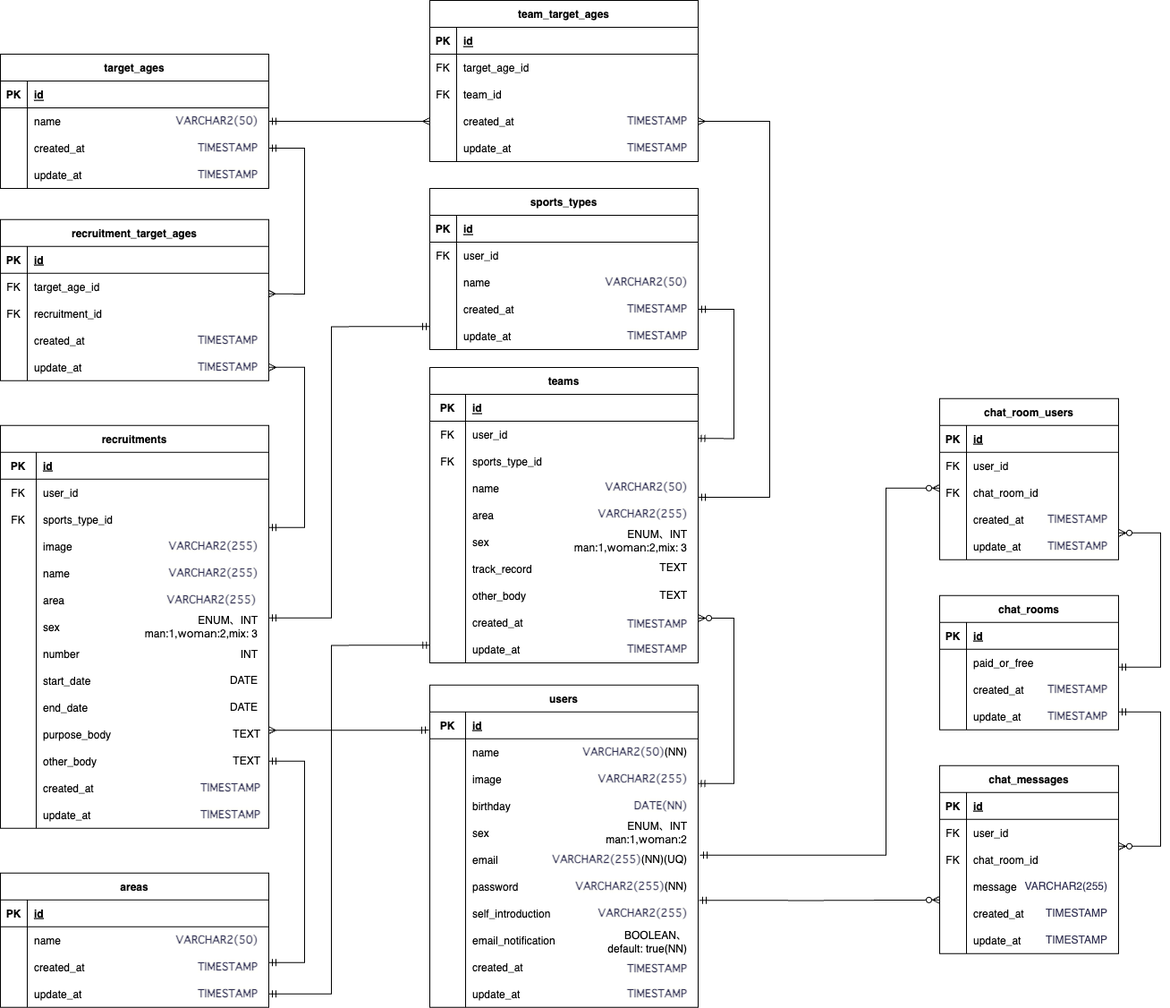
This is drawing/er図.png from toshinori-m/stay_connect_provisional, a draw.io export, as it was before one commit. Source tidied: cells renumbered, new cells last; positions are measured from the earlier drawing's top-left corner, leaving out a move shared by most shapes.
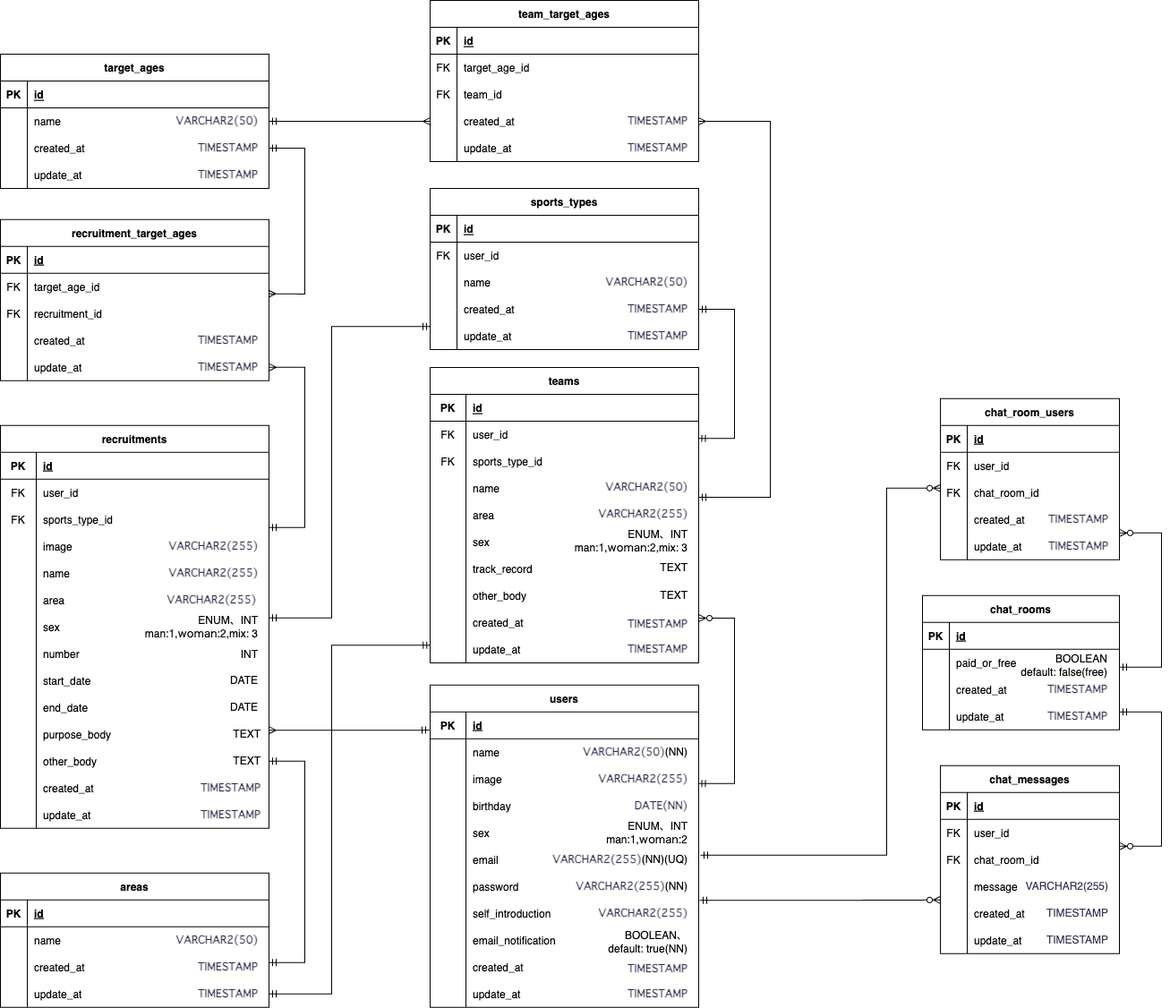
Above is the later version.

Commit message:
er図料金設定修正

Diff of the diagram source:
```diff
@@ -570,53 +570,56 @@
       </mxGeometry>
     </mxCell>
     <mxCell id="180" style="group;" parent="1" vertex="1">
-      <mxGeometry x="1050" y="664.8" width="200" height="150" as="geometry" />
+      <mxGeometry x="1030" y="664.8" width="220" height="150" as="geometry" />
     </mxCell>
     <mxCell id="181" value="chat_rooms" style="shape=table;startSize=30;rowLines=0;fontStyle=1;align=center;" parent="180" vertex="1">
-      <mxGeometry width="200" height="150" as="geometry" />
+      <mxGeometry width="220" height="150" as="geometry" />
     </mxCell>
     <mxCell id="182" style="shape=tableRow;horizontal=0;startSize=0;swimlaneHead=0;swimlaneBody=0;fillColor=none;top=0;left=0;right=0;bottom=1;" parent="181" vertex="1">
-      <mxGeometry y="30" width="200" height="30" as="geometry" />
+      <mxGeometry y="30" width="220" height="30" as="geometry" />
     </mxCell>
     <mxCell id="183" value="PK" style="shape=partialRectangle;fillColor=none;top=0;left=0;bottom=0;right=0;fontStyle=1;overflow=hidden;" parent="182" vertex="1">
       <mxGeometry width="30" height="30" as="geometry" />
     </mxCell>
     <mxCell id="184" value="id" style="shape=partialRectangle;fillColor=none;top=0;left=0;bottom=0;right=0;align=left;spacingLeft=6;fontStyle=5;overflow=hidden;" parent="182" vertex="1">
-      <mxGeometry x="30" width="170" height="30" as="geometry" />
+      <mxGeometry x="30" width="190" height="30" as="geometry" />
     </mxCell>
     <mxCell id="185" style="shape=tableRow;horizontal=0;startSize=0;swimlaneHead=0;swimlaneBody=0;fillColor=none;top=0;left=0;right=0;bottom=0;" parent="181" vertex="1">
-      <mxGeometry y="60" width="200" height="30" as="geometry" />
+      <mxGeometry y="60" width="220" height="30" as="geometry" />
     </mxCell>
     <mxCell id="186" style="shape=partialRectangle;fillColor=none;top=0;left=0;bottom=0;right=0;overflow=hidden;" parent="185" vertex="1">
       <mxGeometry width="30" height="30" as="geometry" />
     </mxCell>
     <mxCell id="187" value="paid_or_free" style="shape=partialRectangle;fillColor=none;top=0;left=0;bottom=0;right=0;align=left;spacingLeft=6;overflow=hidden;" parent="185" vertex="1">
-      <mxGeometry x="30" width="170" height="30" as="geometry" />
+      <mxGeometry x="30" width="190" height="30" as="geometry" />
     </mxCell>
     <mxCell id="188" style="shape=tableRow;horizontal=0;startSize=0;swimlaneHead=0;swimlaneBody=0;fillColor=none;top=0;left=0;right=0;bottom=0;" parent="181" vertex="1">
-      <mxGeometry y="90" width="200" height="30" as="geometry" />
+      <mxGeometry y="90" width="220" height="30" as="geometry" />
     </mxCell>
     <mxCell id="189" style="shape=partialRectangle;fillColor=none;top=0;left=0;bottom=0;right=0;overflow=hidden;" parent="188" vertex="1">
       <mxGeometry width="30" height="30" as="geometry" />
     </mxCell>
     <mxCell id="190" value="created_at" style="shape=partialRectangle;fillColor=none;top=0;left=0;bottom=0;right=0;align=left;spacingLeft=6;overflow=hidden;" parent="188" vertex="1">
-      <mxGeometry x="30" width="170" height="30" as="geometry" />
+      <mxGeometry x="30" width="190" height="30" as="geometry" />
     </mxCell>
     <mxCell id="191" style="shape=tableRow;horizontal=0;startSize=0;swimlaneHead=0;swimlaneBody=0;fillColor=none;top=0;left=0;right=0;bottom=0;" parent="181" vertex="1">
-      <mxGeometry y="120" width="200" height="30" as="geometry" />
+      <mxGeometry y="120" width="220" height="30" as="geometry" />
     </mxCell>
     <mxCell id="192" style="shape=partialRectangle;fillColor=none;top=0;left=0;bottom=0;right=0;overflow=hidden;" parent="191" vertex="1">
       <mxGeometry width="30" height="30" as="geometry" />
     </mxCell>
     <mxCell id="193" value="update_at" style="shape=partialRectangle;fillColor=none;top=0;left=0;bottom=0;right=0;align=left;spacingLeft=6;overflow=hidden;" parent="191" vertex="1">
-      <mxGeometry x="30" width="170" height="30" as="geometry" />
+      <mxGeometry x="30" width="190" height="30" as="geometry" />
     </mxCell>
     <mxCell id="194" value="&lt;span style=&quot;color: rgb(51, 51, 85); font-family: メイリオ, Meiryo, Osaka, &amp;quot;ＭＳ Ｐゴシック&amp;quot;, &amp;quot;MS PGothic&amp;quot;, &amp;quot;ヒラギノ角ゴシック Pro&amp;quot;, &amp;quot;Hiragino Kaku Gothic Pro&amp;quot;, sans-serif; font-style: normal; font-variant-ligatures: normal; font-variant-caps: normal; font-weight: 700; letter-spacing: normal; orphans: 2; text-indent: 0px; text-transform: none; widows: 2; word-spacing: 0px; -webkit-text-stroke-width: 0px; background-color: rgb(255, 255, 252); text-decoration-thickness: initial; text-decoration-style: initial; text-decoration-color: initial; float: none; display: inline !important;&quot;&gt;&lt;font style=&quot;font-size: 12px;&quot;&gt;TIMESTAMP&lt;/font&gt;&lt;/span&gt;" style="rounded=0;whiteSpace=wrap;html=1;fillColor=none;strokeColor=none;align=right;" parent="180" vertex="1">
-      <mxGeometry x="70" y="90" width="120" height="30" as="geometry" />
+      <mxGeometry x="77" y="90" width="132" height="30" as="geometry" />
     </mxCell>
     <mxCell id="195" value="&lt;span style=&quot;color: rgb(51, 51, 85); font-family: メイリオ, Meiryo, Osaka, &amp;quot;ＭＳ Ｐゴシック&amp;quot;, &amp;quot;MS PGothic&amp;quot;, &amp;quot;ヒラギノ角ゴシック Pro&amp;quot;, &amp;quot;Hiragino Kaku Gothic Pro&amp;quot;, sans-serif; font-style: normal; font-variant-ligatures: normal; font-variant-caps: normal; font-weight: 700; letter-spacing: normal; orphans: 2; text-indent: 0px; text-transform: none; widows: 2; word-spacing: 0px; -webkit-text-stroke-width: 0px; background-color: rgb(255, 255, 252); text-decoration-thickness: initial; text-decoration-style: initial; text-decoration-color: initial; float: none; display: inline !important;&quot;&gt;&lt;font style=&quot;font-size: 12px;&quot;&gt;TIMESTAMP&lt;/font&gt;&lt;/span&gt;" style="rounded=0;whiteSpace=wrap;html=1;fillColor=none;strokeColor=none;align=right;" parent="180" vertex="1">
-      <mxGeometry x="70" y="120" width="120" height="30" as="geometry" />
+      <mxGeometry x="77" y="120" width="132" height="30" as="geometry" />
     </mxCell>
+    <mxCell id="295" value="BOOLEAN&lt;br&gt;default:&amp;nbsp;false(free)" style="rounded=0;whiteSpace=wrap;html=1;fillColor=none;strokeColor=none;align=right;" parent="180" vertex="1">
+      <mxGeometry x="59" y="63.2" width="150" height="30" as="geometry" />
+    </mxCell>
     <mxCell id="196" value="sports_types" style="shape=table;startSize=30;rowLines=0;fontStyle=1;align=center;" parent="1" vertex="1">
       <mxGeometry x="480" y="210" width="300" height="180" as="geometry" />
     </mxCell>
```
